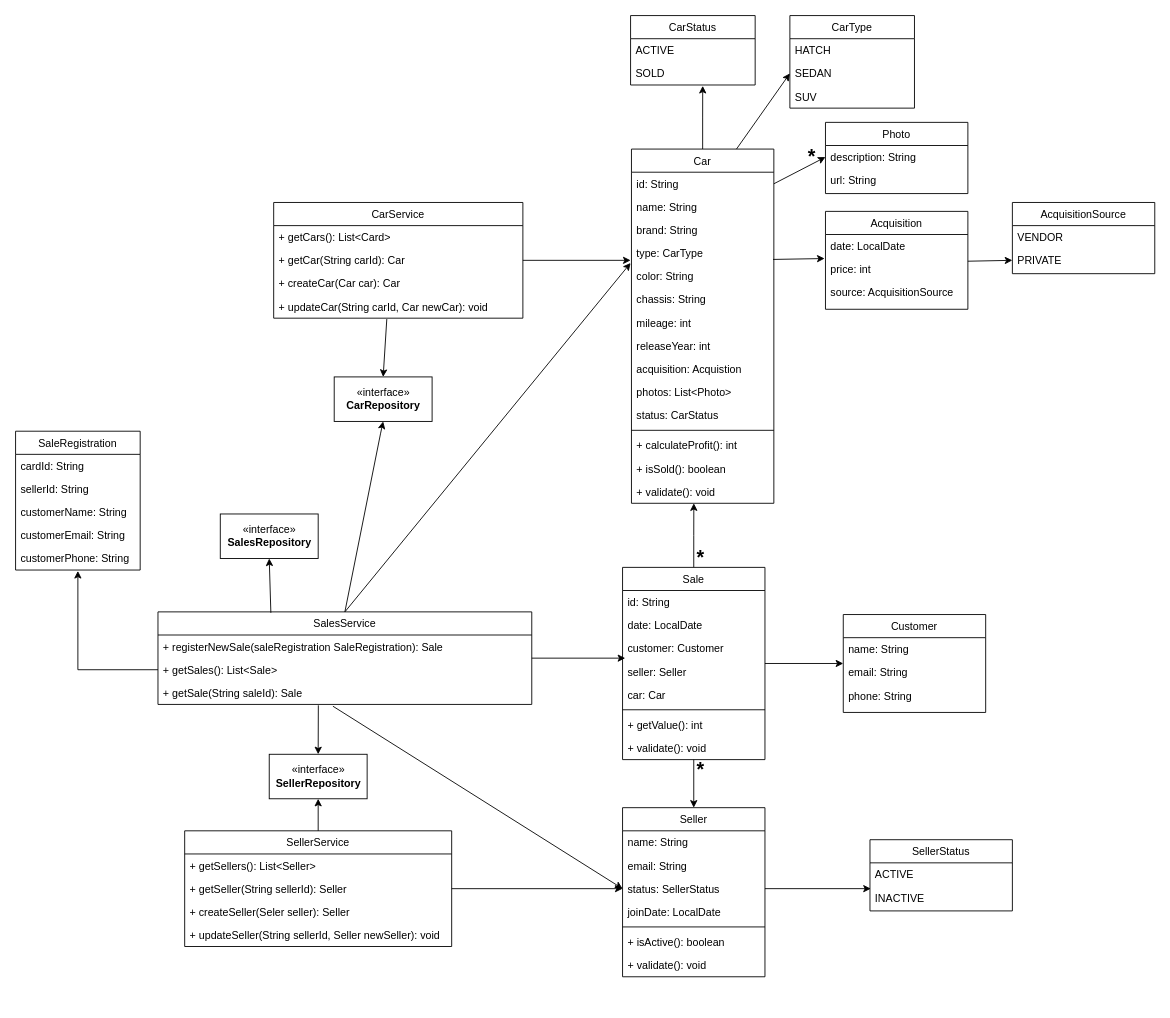
Earlier version of the draw.io diagram docs/diagrams.drawio (C0lliNN/car_dealership). Source tidied: cells renumbered, new cells numbered last; positions are measured from the earlier drawing's top-left corner, leaving out a move shared by most shapes. Both pictures are drawn from the tidied source at 89%, with x=0, y=0 at pixel (15, 15).
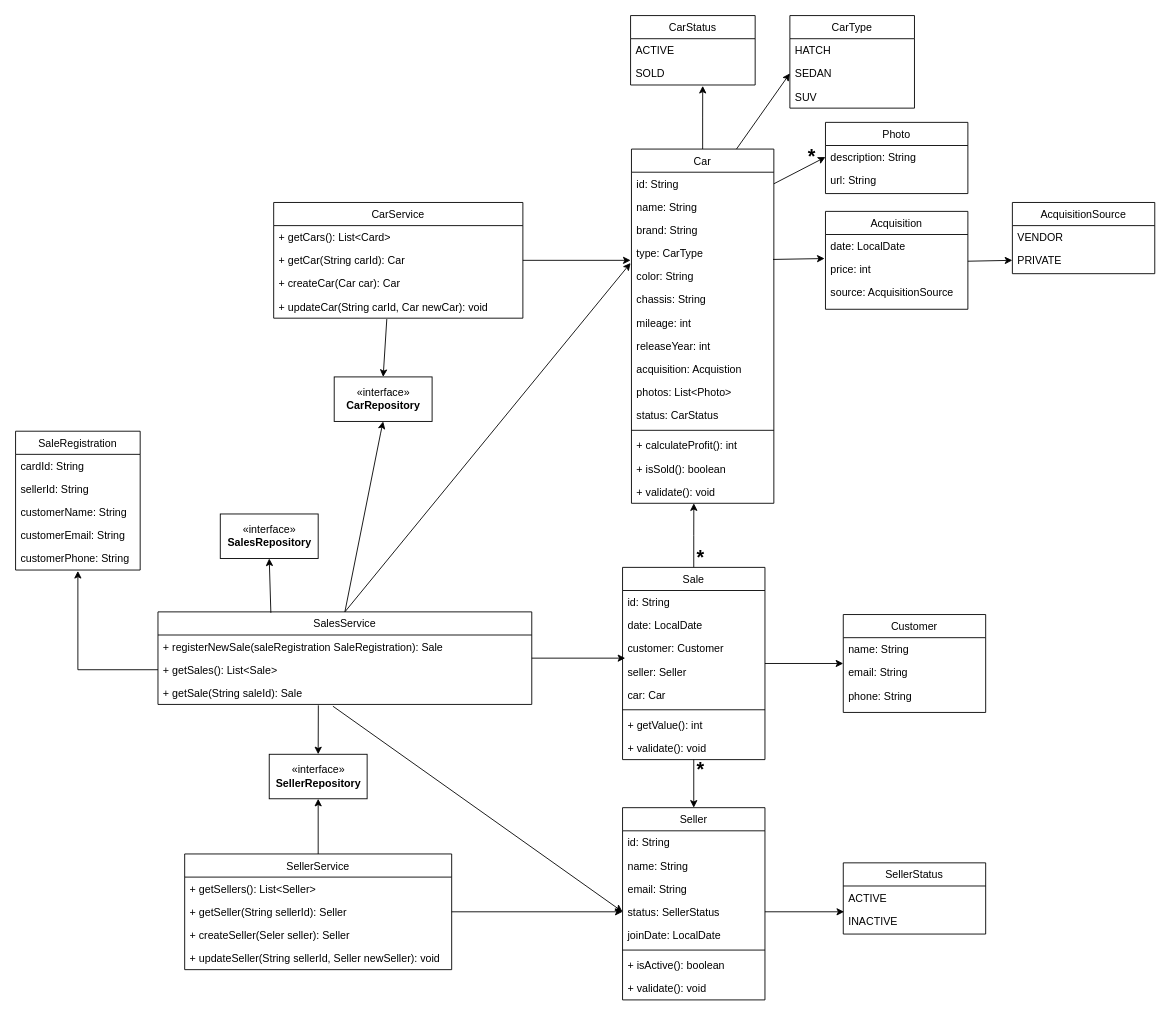
Above is the later version.

The edit, as a diff of the source:
```diff
@@
     <mxCell id="48" value="Seller" style="swimlane;fontStyle=0;align=center;verticalAlign=top;horizontal=1;startSize=26;rounded=0;shadow=0;strokeWidth=1;" parent="1" vertex="1">
-      <mxGeometry x="682" y="890" width="160" height="190" as="geometry" />
+      <mxGeometry x="682" y="890" width="160" height="216" as="geometry" />
     </mxCell>
+    <mxCell id="105" value="id: String" style="text;align=left;verticalAlign=top;spacingLeft=4;spacingRight=4;overflow=hidden;" parent="48" vertex="1">
+      <mxGeometry y="26" width="160" height="26" as="geometry" />
+    </mxCell>
     <mxCell id="49" value="name: String" style="text;align=left;verticalAlign=top;spacingLeft=4;spacingRight=4;overflow=hidden;" parent="48" vertex="1">
-      <mxGeometry y="26" width="160" height="26" as="geometry" />
+      <mxGeometry y="52" width="160" height="26" as="geometry" />
     </mxCell>
     <mxCell id="50" value="email: String" style="text;align=left;verticalAlign=top;spacingLeft=4;spacingRight=4;overflow=hidden;rounded=0;shadow=0;html=0;" parent="48" vertex="1">
-      <mxGeometry y="52" width="160" height="26" as="geometry" />
+      <mxGeometry y="78" width="160" height="26" as="geometry" />
     </mxCell>
     <mxCell id="51" value="status: SellerStatus" style="text;align=left;verticalAlign=top;spacingLeft=4;spacingRight=4;overflow=hidden;points=[[0,0.5],[1,0.5]];portConstraint=eastwest;rounded=0;shadow=0;html=0;" parent="48" vertex="1">
-      <mxGeometry y="78" width="160" height="26" as="geometry" />
+      <mxGeometry y="104" width="160" height="26" as="geometry" />
     </mxCell>
     <mxCell id="52" value="joinDate: LocalDate" style="text;align=left;verticalAlign=top;spacingLeft=4;spacingRight=4;overflow=hidden;rounded=0;shadow=0;html=0;" parent="48" vertex="1">
-      <mxGeometry y="104" width="160" height="26" as="geometry" />
+      <mxGeometry y="130" width="160" height="26" as="geometry" />
     </mxCell>
     <mxCell id="53" style="line;html=1;strokeWidth=1;align=left;verticalAlign=middle;spacingTop=-1;spacingLeft=3;spacingRight=3;labelPosition=right;" parent="48" vertex="1">
-      <mxGeometry y="130" width="160" height="8" as="geometry" />
+      <mxGeometry y="156" width="160" height="8" as="geometry" />
     </mxCell>
     <mxCell id="54" value="+ isActive(): boolean" style="text;align=left;verticalAlign=top;spacingLeft=4;spacingRight=4;overflow=hidden;" parent="48" vertex="1">
-      <mxGeometry y="138" width="160" height="26" as="geometry" />
+      <mxGeometry y="164" width="160" height="26" as="geometry" />
     </mxCell>
     <mxCell id="55" value="+ validate(): void" style="text;align=left;verticalAlign=top;spacingLeft=4;spacingRight=4;overflow=hidden;" parent="48" vertex="1">
-      <mxGeometry y="164" width="160" height="26" as="geometry" />
+      <mxGeometry y="190" width="160" height="26" as="geometry" />
     </mxCell>
     <mxCell id="56" value="SellerStatus" style="swimlane;fontStyle=0;align=center;verticalAlign=top;horizontal=1;startSize=26;rounded=0;shadow=0;strokeWidth=1;" parent="1" vertex="1">
-      <mxGeometry x="960" y="926" width="160" height="80" as="geometry" />
+      <mxGeometry x="930" y="952" width="160" height="80" as="geometry" />
     </mxCell>
@@
     <mxCell id="85" value="SellerService" style="swimlane;fontStyle=0;horizontal=1;startSize=26;fillColor=none;" parent="1" vertex="1">
-      <mxGeometry x="190" y="916" width="300" height="130" as="geometry" />
+      <mxGeometry x="190" y="942" width="300" height="130" as="geometry" />
     </mxCell>
```
